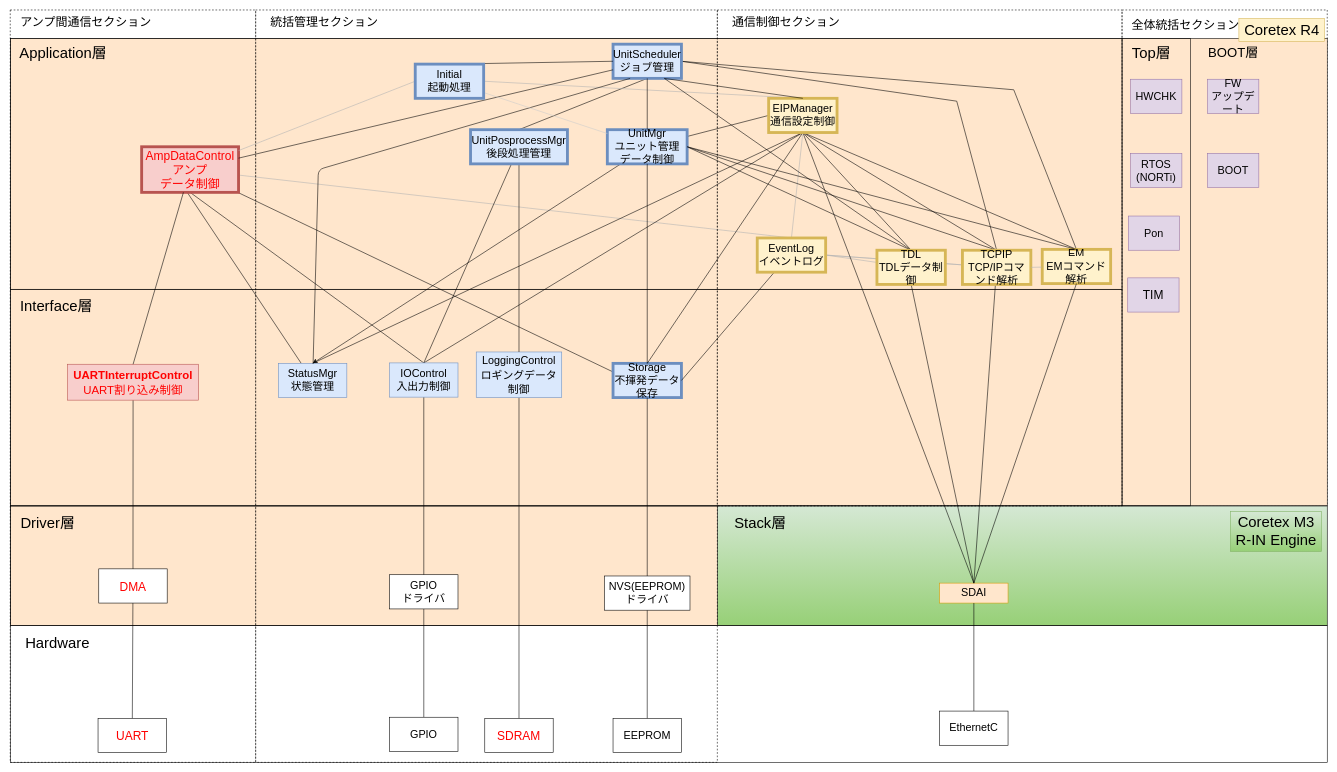
Above: page "RevG_NewスマNWU静的構造_完全版" (1 of 4) of NWユニット_アーキテクチャ図.drawio in YutaSuzukiGARI/nwunit (draw.io), before the change. Source tidied: cells renumbered, new cells numbered last; positions are measured from the earlier drawing's top-left corner, leaving out a move shared by most shapes. Both pictures are drawn from the tidied source at 57%, with x=0, y=0 at pixel (10, 10).
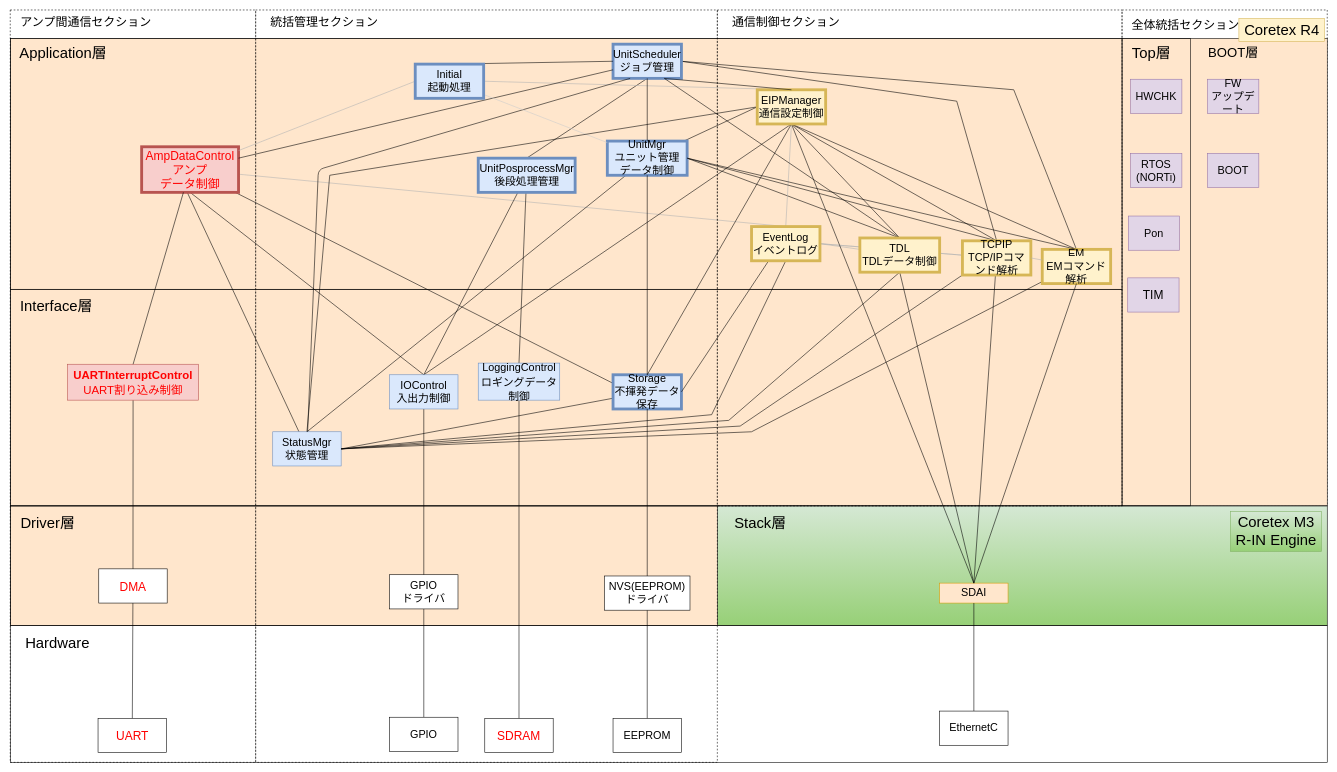
After the change.

Unchanged cells that the change refers to:
```xml
<mxCell id="27" value="EM&lt;br style=&quot;font-size: 19px;&quot;&gt;EMコマンド解析" style="rounded=0;whiteSpace=wrap;html=1;fillColor=#fff2cc;strokeColor=#d6b656;fontSize=19;strokeWidth=5;fontColor=default;" parent="1" vertex="1">
  <mxGeometry x="1810" y="420" width="120" height="60" as="geometry" />
</mxCell>
```

The edit, as a diff of the source:
```diff
@@
-    <mxCell id="20" style="rounded=0;jettySize=auto;html=1;entryX=0.5;entryY=0;entryDx=0;entryDy=0;fontSize=20;" parent="1" edge="1" source="21" target="22">
+    <mxCell id="20" style="rounded=0;jettySize=auto;html=1;entryX=0.5;entryY=0;entryDx=0;entryDy=0;fontSize=20;endArrow=none;endFill=0;" parent="1" edge="1" source="21" target="22">
       <mxGeometry relative="1" as="geometry" />
     </mxCell>
     <mxCell id="21" value="UnitMgr&lt;br style=&quot;font-size: 19px&quot;&gt;ユニット管理&lt;br&gt;データ制御" style="rounded=0;whiteSpace=wrap;html=1;fillColor=#dae8fc;strokeColor=#6c8ebf;fontSize=19;strokeWidth=5;fontColor=default;" parent="1" vertex="1">
-      <mxGeometry x="1047" y="210" width="140" height="60" as="geometry" />
+      <mxGeometry x="1047" y="230" width="140" height="60" as="geometry" />
     </mxCell>
     <mxCell id="22" value="StatusMgr&lt;br style=&quot;font-size: 19px&quot;&gt;状態管理" style="rounded=0;whiteSpace=wrap;html=1;fillColor=#dae8fc;strokeColor=#6c8ebf;fontSize=19;fontColor=default;" parent="1" vertex="1">
-      <mxGeometry x="470" y="620" width="120" height="60" as="geometry" />
+      <mxGeometry x="460" y="740" width="120" height="60" as="geometry" />
     </mxCell>
@@
+    <mxCell id="108" style="edgeStyle=none;rounded=0;jettySize=auto;html=1;startArrow=none;startFill=0;endArrow=none;endFill=0;entryX=1;entryY=0.5;entryDx=0;entryDy=0;exitX=-0.008;exitY=0.95;exitDx=0;exitDy=0;exitPerimeter=0;" parent="1" edge="1" source="27" target="22">
+      <mxGeometry relative="1" as="geometry">
+        <Array as="points">
+          <mxPoint x="1300" y="740" />
+        </Array>
+      </mxGeometry>
+    </mxCell>
@@
+    <mxCell id="109" style="rounded=0;jettySize=auto;html=1;entryX=1;entryY=0.5;entryDx=0;entryDy=0;endArrow=none;endFill=0;" parent="1" edge="1" source="29" target="22">
+      <mxGeometry relative="1" as="geometry" />
+    </mxCell>
     <mxCell id="29" value="Storage&lt;br style=&quot;font-size: 19px&quot;&gt;不揮発データ保存" style="rounded=0;whiteSpace=wrap;html=1;fillColor=#dae8fc;strokeColor=#6c8ebf;fontSize=19;strokeWidth=5;fontColor=default;" parent="1" vertex="1">
-      <mxGeometry x="1057" y="620" width="120" height="60" as="geometry" />
+      <mxGeometry x="1057" y="640" width="120" height="60" as="geometry" />
     </mxCell>
@@
-    <mxCell id="58" value="&lt;font style=&quot;font-size: 19px&quot;&gt;LoggingControl&lt;br&gt;ロギングデータ&lt;br&gt;制御&lt;/font&gt;" style="rounded=0;whiteSpace=wrap;html=1;fillColor=#dae8fc;strokeColor=#6c8ebf;fontSize=21;" parent="1" vertex="1">
-      <mxGeometry x="817" y="600" width="150" height="80" as="geometry" />
-    </mxCell>
@@
+    <mxCell id="110" style="edgeStyle=none;rounded=0;jettySize=auto;html=1;entryX=1;entryY=0.5;entryDx=0;entryDy=0;startArrow=none;startFill=0;endArrow=none;endFill=0;exitX=0.5;exitY=1;exitDx=0;exitDy=0;" parent="1" edge="1" source="82" target="22">
+      <mxGeometry relative="1" as="geometry">
+        <Array as="points">
+          <mxPoint x="1230" y="710" />
+        </Array>
+      </mxGeometry>
+    </mxCell>
     <mxCell id="82" value="EventLog&lt;br&gt;イベントログ" style="rounded=0;whiteSpace=wrap;html=1;fillColor=#fff2cc;strokeColor=#d6b656;fontSize=19;strokeWidth=5;fontColor=default;" parent="1" vertex="1">
-      <mxGeometry x="1310" y="400" width="120" height="60" as="geometry" />
+      <mxGeometry x="1300" y="380" width="120" height="60" as="geometry" />
     </mxCell>
@@
     <mxCell id="87" value="UnitPosprocessMgr&lt;br&gt;後段処理管理" style="rounded=0;whiteSpace=wrap;html=1;fillColor=#dae8fc;strokeColor=#6c8ebf;fontSize=19;strokeWidth=5;fontColor=default;" parent="1" vertex="1">
-      <mxGeometry x="807" y="210" width="170" height="60" as="geometry" />
+      <mxGeometry x="820.5" y="260" width="170" height="60" as="geometry" />
     </mxCell>
@@
-    <mxCell id="91" style="edgeStyle=none;rounded=0;jettySize=auto;html=1;entryX=0.5;entryY=0;entryDx=0;entryDy=0;labelBackgroundColor=default;fontSize=13;fontColor=default;endArrow=none;endFill=0;strokeColor=default;exitX=0.5;exitY=1;exitDx=0;exitDy=0;" parent="1" edge="1" source="93" target="22">
-      <mxGeometry relative="1" as="geometry" />
+    <mxCell id="91" style="edgeStyle=none;rounded=0;jettySize=auto;html=1;entryX=0.5;entryY=0;entryDx=0;entryDy=0;labelBackgroundColor=default;fontSize=13;fontColor=default;endArrow=none;endFill=0;strokeColor=default;exitX=0;exitY=0.5;exitDx=0;exitDy=0;startArrow=none;startFill=0;" parent="1" edge="1" source="93" target="22">
+      <mxGeometry relative="1" as="geometry">
+        <Array as="points">
+          <mxPoint x="560" y="290" />
+        </Array>
+      </mxGeometry>
     </mxCell>
@@
     <mxCell id="93" value="EIPManager&lt;br style=&quot;font-size: 19px;&quot;&gt;通信設定制御" style="rounded=0;whiteSpace=wrap;html=1;fillColor=#fff2cc;strokeColor=#d6b656;fontSize=19;strokeWidth=5;fontColor=default;" parent="1" vertex="1">
-      <mxGeometry x="1330" y="155" width="120" height="60" as="geometry" />
+      <mxGeometry x="1310" y="140" width="120" height="60" as="geometry" />
     </mxCell>
@@
+    <mxCell id="111" style="edgeStyle=none;rounded=0;jettySize=auto;html=1;entryX=1;entryY=0.5;entryDx=0;entryDy=0;startArrow=none;startFill=0;endArrow=none;endFill=0;exitX=0.5;exitY=1;exitDx=0;exitDy=0;" parent="1" edge="1" source="95" target="22">
+      <mxGeometry relative="1" as="geometry">
+        <Array as="points">
+          <mxPoint x="1260" y="720" />
+        </Array>
+      </mxGeometry>
+    </mxCell>
     <mxCell id="95" value="TDL&lt;br style=&quot;font-size: 19px;&quot;&gt;TDLデータ制御" style="rounded=0;whiteSpace=wrap;html=1;fillColor=#fff2cc;strokeColor=#d6b656;fontSize=19;strokeWidth=5;fontColor=default;" parent="1" vertex="1">
-      <mxGeometry x="1520" y="421.5" width="120" height="60" as="geometry" />
+      <mxGeometry x="1490" y="400" width="140" height="60" as="geometry" />
     </mxCell>
@@
+    <mxCell id="112" style="edgeStyle=none;rounded=0;jettySize=auto;html=1;entryX=1;entryY=0.5;entryDx=0;entryDy=0;startArrow=none;startFill=0;endArrow=none;endFill=0;exitX=0;exitY=1;exitDx=0;exitDy=0;" parent="1" edge="1" source="100" target="22">
+      <mxGeometry relative="1" as="geometry">
+        <Array as="points">
+          <mxPoint x="1280" y="730" />
+        </Array>
+      </mxGeometry>
+    </mxCell>
     <mxCell id="100" value="&lt;font style=&quot;font-size: 19px;&quot;&gt;TCPIP&lt;br style=&quot;font-size: 19px;&quot;&gt;TCP/IPコマンド解析&lt;/font&gt;" style="rounded=0;whiteSpace=wrap;html=1;fillColor=#fff2cc;strokeColor=#d6b656;fontSize=19;strokeWidth=5;fontColor=default;" parent="1" vertex="1">
-      <mxGeometry x="1670" y="421.5" width="120" height="60" as="geometry" />
+      <mxGeometry x="1670" y="405" width="120" height="60" as="geometry" />
     </mxCell>
@@
     <mxCell id="106" value="IOControl&lt;br style=&quot;font-size: 19px&quot;&gt;入出力制御" style="rounded=0;whiteSpace=wrap;html=1;fillColor=#dae8fc;strokeColor=#6c8ebf;fontSize=19;fontColor=default;" parent="1" vertex="1">
-      <mxGeometry x="665" y="619.2" width="120" height="60" as="geometry" />
+      <mxGeometry x="665" y="640" width="120" height="60" as="geometry" />
     </mxCell>
@@
+    <mxCell id="58" value="&lt;font style=&quot;font-size: 19px&quot;&gt;LoggingControl&lt;br&gt;ロギングデータ&lt;br&gt;制御&lt;/font&gt;" style="rounded=0;whiteSpace=wrap;html=1;fillColor=#dae8fc;strokeColor=#6c8ebf;fontSize=21;" parent="1" vertex="1">
+      <mxGeometry x="820.5" y="619.5" width="143" height="65" as="geometry" />
+    </mxCell>
```
